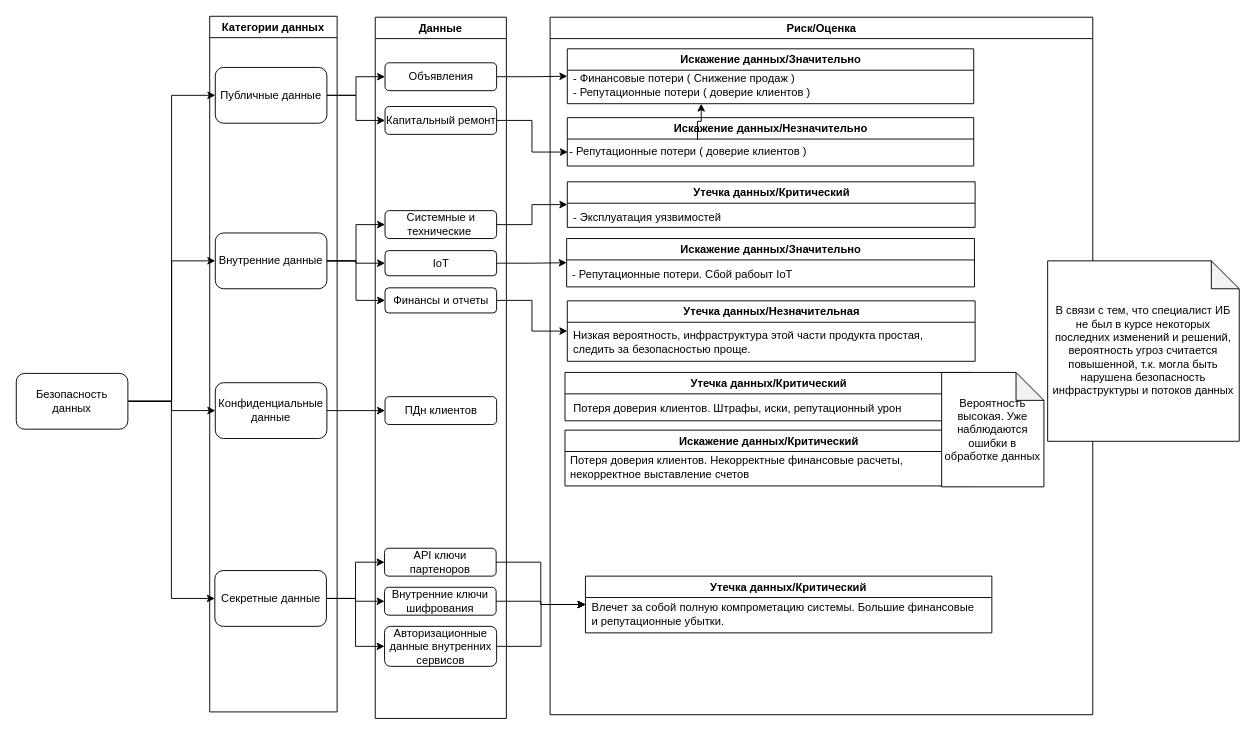
This is Task1/mindmap.drawio from ilia-butovskii/architecture-propdevelopment, a draw.io file, before an edit. Source tidied: cells renumbered, new cells numbered last; positions are measured from the earlier drawing's top-left corner, leaving out a move shared by most shapes. Both pictures are drawn from the tidied source at 93%, with x=0, y=0 at pixel (16, 16).
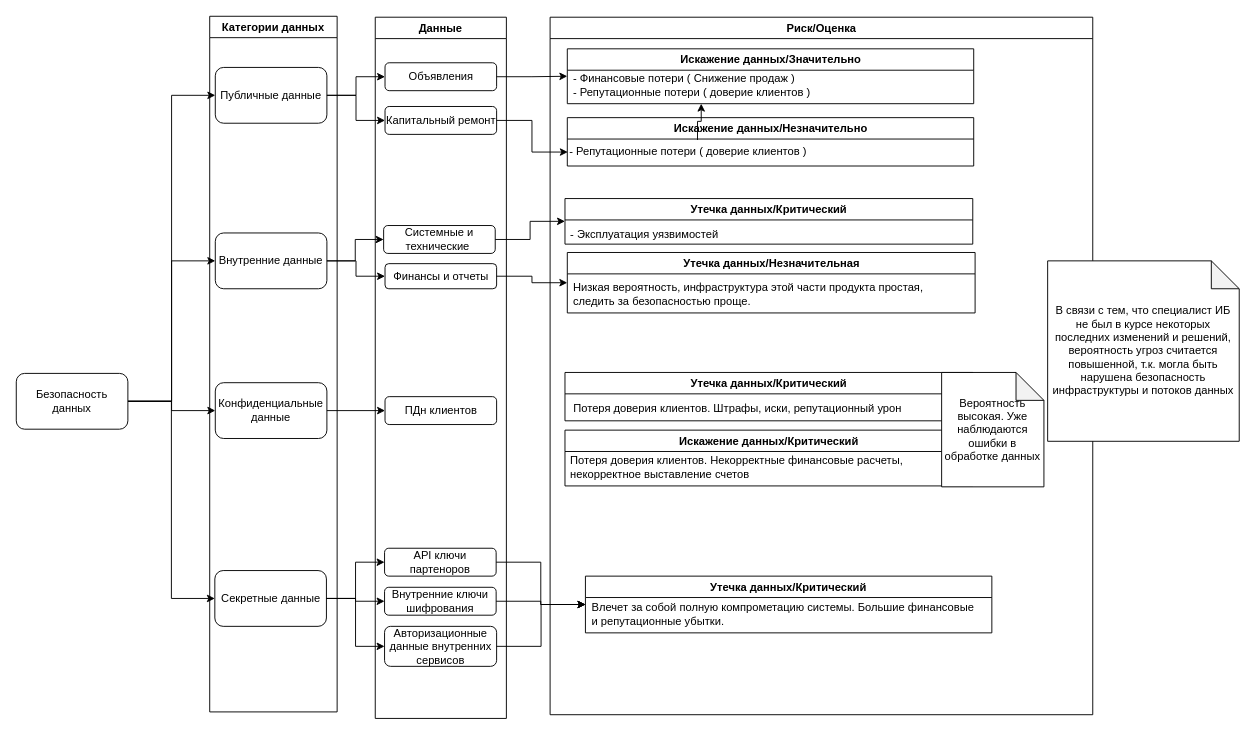
Above is the later version.

Commit message:
remove iot from task 1

Unchanged cells that the change refers to:
```xml
<mxCell id="4" value="Внутренние данные" style="rounded=1;whiteSpace=wrap;html=1;" parent="2" vertex="1">
  <mxGeometry x="6" y="233" width="120" height="60" as="geometry" />
</mxCell>
<mxCell id="11" value="Данные" style="swimlane;whiteSpace=wrap;html=1;" parent="1" vertex="1">
  <mxGeometry x="386" y="1" width="141" height="754" as="geometry" />
</mxCell>
<mxCell id="31" value="Риск/Оценка" style="swimlane;whiteSpace=wrap;html=1;" parent="1" vertex="1">
  <mxGeometry x="574" y="1" width="583.5" height="750" as="geometry" />
</mxCell>
```

The edit, as a diff of the source:
```diff
@@
     <mxCell id="13" value="Системные и технические&amp;nbsp;" style="rounded=1;whiteSpace=wrap;html=1;" parent="11" vertex="1">
-      <mxGeometry x="10.5" y="208" width="120" height="30" as="geometry" />
+      <mxGeometry x="9" y="224" width="120" height="30" as="geometry" />
     </mxCell>
-    <mxCell id="14" value="IoT" style="rounded=1;whiteSpace=wrap;html=1;" parent="11" vertex="1">
-      <mxGeometry x="10.5" y="251" width="120" height="27" as="geometry" />
-    </mxCell>
     <mxCell id="15" value="Финансы и отчеты" style="rounded=1;whiteSpace=wrap;html=1;" parent="11" vertex="1">
-      <mxGeometry x="10.5" y="291" width="120" height="27" as="geometry" />
+      <mxGeometry x="10.5" y="265" width="120" height="27" as="geometry" />
     </mxCell>
@@
-    <mxCell id="27" style="edgeStyle=orthogonalEdgeStyle;rounded=0;jettySize=auto;html=1;entryX=0;entryY=0.5;entryDx=0;entryDy=0;" parent="1" edge="1" source="4" target="14">
-      <mxGeometry relative="1" as="geometry" />
-    </mxCell>
@@
     <mxCell id="36" value="Утечка данных/Критический" style="swimlane;whiteSpace=wrap;html=1;" parent="31" vertex="1">
-      <mxGeometry x="18.5" y="177" width="438.5" height="49" as="geometry" />
+      <mxGeometry x="16" y="195" width="438.5" height="49" as="geometry" />
     </mxCell>
@@
-    <mxCell id="38" value="Искажение данных/Значительно" style="swimlane;whiteSpace=wrap;html=1;" parent="31" vertex="1">
-      <mxGeometry x="17.8" y="238" width="438.5" height="52" as="geometry" />
-    </mxCell>
-    <mxCell id="39" value="- Репутационные потери. Сбой рабоыт IoT" style="text;html=1;align=left;verticalAlign=middle;strokeColor=none;fillColor=none;" parent="38" vertex="1">
-      <mxGeometry x="4" y="26" width="259" height="26" as="geometry" />
-    </mxCell>
     <mxCell id="40" value="Утечка данных/Незначительная" style="swimlane;whiteSpace=wrap;html=1;" parent="31" vertex="1">
-      <mxGeometry x="18.5" y="305" width="438.5" height="65" as="geometry" />
+      <mxGeometry x="18.5" y="253" width="438.5" height="65" as="geometry" />
     </mxCell>
@@
-    <mxCell id="53" style="edgeStyle=orthogonalEdgeStyle;rounded=0;jettySize=auto;html=1;entryX=0;entryY=0.5;entryDx=0;entryDy=0;" parent="1" edge="1" source="14" target="38">
-      <mxGeometry relative="1" as="geometry" />
-    </mxCell>
```
